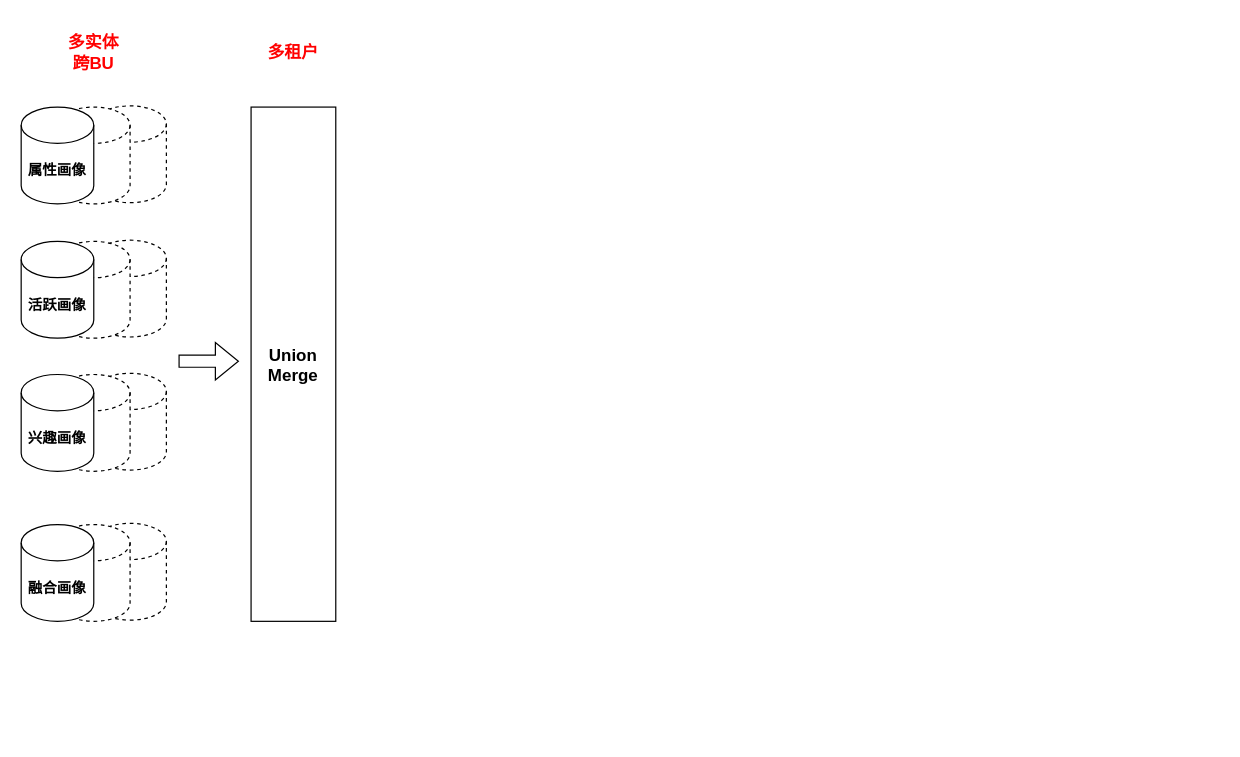
Before: km_tx_3.drawio in learn2Pro/draw_io_save, a draw.io diagram. Source tidied: cells renumbered, new cells numbered last; positions are measured from the earlier drawing's top-left corner, leaving out a move shared by most shapes. Both pictures are drawn from the tidied source at 121%, with x=0, y=0 at pixel (21, 34).
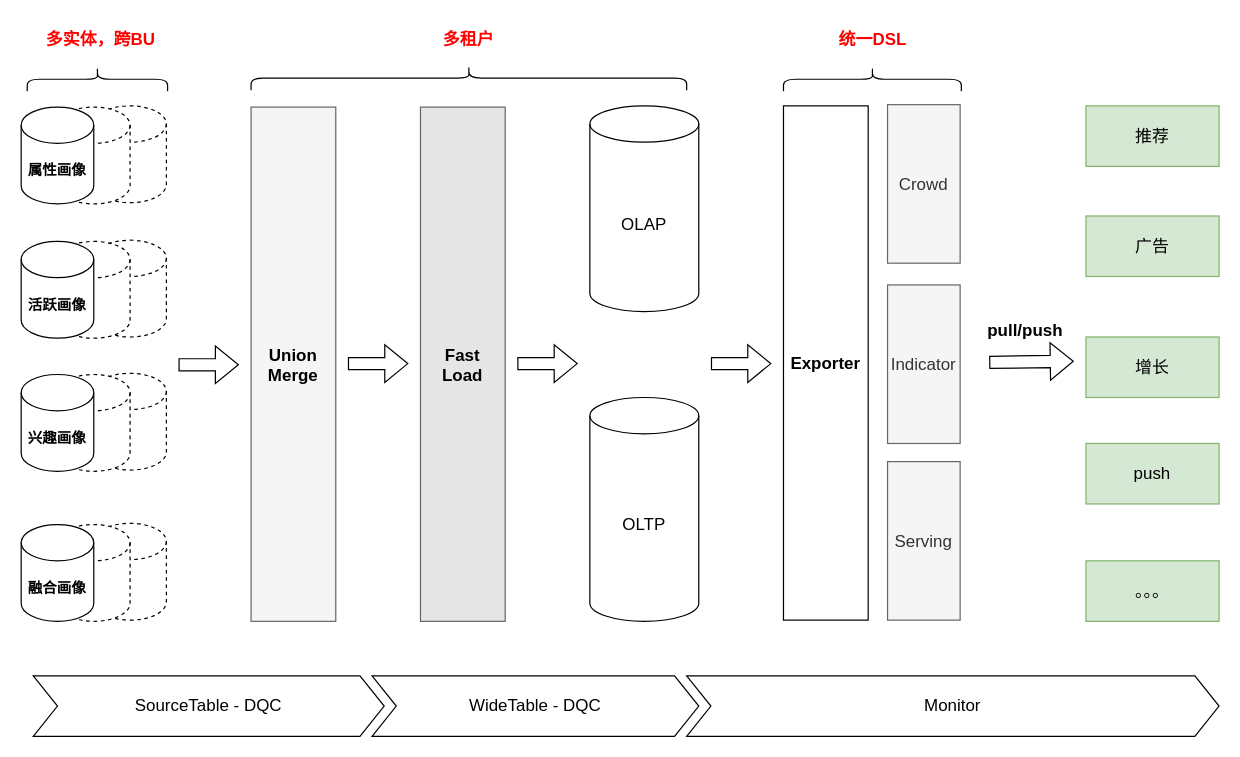
After the change.

Change to the diagram source:
```diff
@@
+    <mxCell id="19" style="shape=flexArrow;endArrow=classic;html=1;rounded=0;fontSize=14;fontColor=#FF0000;" parent="1" edge="1">
+      <mxGeometry relative="1" as="geometry">
+        <mxPoint x="130" y="273" as="sourcePoint" />
+        <mxPoint x="180" y="273" as="targetPoint" />
+      </mxGeometry>
+    </mxCell>
+    <mxCell id="20" value="&lt;b&gt;&lt;font color=&quot;#000000&quot;&gt;Union&lt;br&gt;Merge&lt;/font&gt;&lt;/b&gt;" style="rounded=0;whiteSpace=wrap;html=1;fontSize=14;fontColor=#333333;fillColor=#f5f5f5;strokeColor=#666666;" parent="1" vertex="1">
+      <mxGeometry x="190" y="60" width="70" height="425" as="geometry" />
+    </mxCell>
+    <mxCell id="22" value="SourceTable - DQC" style="shape=step;perimeter=stepPerimeter;whiteSpace=wrap;html=1;fixedSize=1;fontSize=14;fontColor=#000000;" parent="1" vertex="1">
+      <mxGeometry x="10" y="530" width="290" height="50" as="geometry" />
+    </mxCell>
+    <mxCell id="23" value="WideTable - DQC" style="shape=step;perimeter=stepPerimeter;whiteSpace=wrap;html=1;fixedSize=1;fontSize=14;fontColor=#000000;" parent="1" vertex="1">
+      <mxGeometry x="290" y="530" width="270" height="50" as="geometry" />
+    </mxCell>
+    <mxCell id="24" value="&lt;font color=&quot;#000000&quot;&gt;&lt;b&gt;Fast&lt;br&gt;Load&lt;/b&gt;&lt;/font&gt;" style="rounded=0;whiteSpace=wrap;html=1;fontSize=14;fontColor=#333333;fillColor=#E6E6E6;strokeColor=#666666;" parent="1" vertex="1">
+      <mxGeometry x="330" y="60" width="70" height="425" as="geometry" />
+    </mxCell>
+    <mxCell id="25" style="shape=flexArrow;endArrow=classic;html=1;rounded=0;fontSize=14;fontColor=#FF0000;" parent="1" edge="1">
+      <mxGeometry relative="1" as="geometry">
+        <mxPoint x="270" y="272" as="sourcePoint" />
+        <mxPoint x="320" y="272" as="targetPoint" />
+      </mxGeometry>
+    </mxCell>
+    <mxCell id="26" style="group;" parent="1" vertex="1">
+      <mxGeometry y="59" width="120" height="426" as="geometry" />
+    </mxCell>
-    <mxCell id="2" style="group;" parent="1" vertex="1">
-      <mxGeometry y="59" width="120" height="81" as="geometry" />
+    <mxCell id="2" style="group;" parent="26" vertex="1">
+      <mxGeometry width="120" height="81" as="geometry" />
     </mxCell>
@@
-    <mxCell id="6" style="group;" parent="1" vertex="1">
-      <mxGeometry y="170" width="120" height="81" as="geometry" />
+    <mxCell id="6" style="group;" parent="26" vertex="1">
+      <mxGeometry y="111" width="120" height="81" as="geometry" />
     </mxCell>
@@
-    <mxCell id="10" style="group;" parent="1" vertex="1">
-      <mxGeometry y="280" width="120" height="81" as="geometry" />
+    <mxCell id="10" style="group;" parent="26" vertex="1">
+      <mxGeometry y="221" width="120" height="81" as="geometry" />
     </mxCell>
@@
-    <mxCell id="14" style="group;" parent="1" vertex="1">
-      <mxGeometry y="404" width="120" height="81" as="geometry" />
+    <mxCell id="14" style="group;" parent="26" vertex="1">
+      <mxGeometry y="345" width="120" height="81" as="geometry" />
     </mxCell>
@@
+    <mxCell id="27" value="OLAP" style="shape=cylinder3;whiteSpace=wrap;html=1;boundedLbl=1;backgroundOutline=1;size=15;fontSize=14;" parent="1" vertex="1">
+      <mxGeometry x="470" y="59" width="90" height="170" as="geometry" />
+    </mxCell>
+    <mxCell id="28" value="OLTP" style="shape=cylinder3;whiteSpace=wrap;html=1;boundedLbl=1;backgroundOutline=1;size=15;fontSize=14;" parent="1" vertex="1">
+      <mxGeometry x="470" y="300" width="90" height="185" as="geometry" />
+    </mxCell>
+    <mxCell id="29" style="shape=flexArrow;endArrow=classic;html=1;rounded=0;fontSize=14;fontColor=#FF0000;" parent="1" edge="1">
+      <mxGeometry relative="1" as="geometry">
+        <mxPoint x="410" y="272" as="sourcePoint" />
+        <mxPoint x="460" y="272" as="targetPoint" />
+      </mxGeometry>
+    </mxCell>
+    <mxCell id="30" style="shape=flexArrow;endArrow=classic;html=1;rounded=0;fontSize=14;fontColor=#FF0000;" parent="1" edge="1">
+      <mxGeometry relative="1" as="geometry">
+        <mxPoint x="570" y="272" as="sourcePoint" />
+        <mxPoint x="620" y="272" as="targetPoint" />
+      </mxGeometry>
+    </mxCell>
+    <mxCell id="31" value="&lt;font color=&quot;#000000&quot;&gt;&lt;b&gt;Exporter&lt;/b&gt;&lt;/font&gt;" style="rounded=0;whiteSpace=wrap;html=1;fontSize=14;" parent="1" vertex="1">
+      <mxGeometry x="630" y="59" width="70" height="425" as="geometry" />
+    </mxCell>
+    <mxCell id="32" value="Monitor" style="shape=step;perimeter=stepPerimeter;whiteSpace=wrap;html=1;fixedSize=1;fontSize=14;fontColor=#000000;" parent="1" vertex="1">
+      <mxGeometry x="550" y="530" width="440" height="50" as="geometry" />
+    </mxCell>
+    <mxCell id="33" value="Crowd" style="rounded=0;whiteSpace=wrap;html=1;fontSize=14;fillColor=#f5f5f5;fontColor=#333333;strokeColor=#666666;" parent="1" vertex="1">
+      <mxGeometry x="716" y="58" width="60" height="131" as="geometry" />
+    </mxCell>
+    <mxCell id="34" value="Indicator" style="rounded=0;whiteSpace=wrap;html=1;fontSize=14;fillColor=#f5f5f5;fontColor=#333333;strokeColor=#666666;" parent="1" vertex="1">
+      <mxGeometry x="716" y="207" width="60" height="131" as="geometry" />
+    </mxCell>
+    <mxCell id="35" value="Serving" style="rounded=0;whiteSpace=wrap;html=1;fontSize=14;fillColor=#f5f5f5;fontColor=#333333;strokeColor=#666666;" parent="1" vertex="1">
+      <mxGeometry x="716" y="353" width="60" height="131" as="geometry" />
+    </mxCell>
+    <mxCell id="36" style="shape=flexArrow;endArrow=classic;html=1;rounded=0;fontSize=14;fontColor=#FF0000;" parent="1" edge="1">
+      <mxGeometry relative="1" as="geometry">
+        <mxPoint x="800" y="271" as="sourcePoint" />
+        <mxPoint x="870" y="270" as="targetPoint" />
+      </mxGeometry>
+    </mxCell>
+    <mxCell id="37" value="&lt;font&gt;&lt;span style=&quot;font-size: 14px&quot;&gt;&lt;b&gt;pull/push&lt;/b&gt;&lt;/span&gt;&lt;/font&gt;" style="text;html=1;strokeColor=none;fillColor=none;align=center;verticalAlign=middle;whiteSpace=wrap;rounded=0;dashed=1;fontColor=#000000;" parent="1" vertex="1">
+      <mxGeometry x="770" y="230" width="120" height="30" as="geometry" />
+    </mxCell>
+    <mxCell id="38" style="group;" parent="1" vertex="1">
+      <mxGeometry x="5" y="-11" width="121" height="58" as="geometry" />
+    </mxCell>
-    <mxCell id="18" value="&lt;b style=&quot;font-size: 14px&quot;&gt;&lt;font color=&quot;#ff0000&quot;&gt;多实体&lt;br&gt;跨BU&lt;/font&gt;&lt;/b&gt;" style="text;html=1;strokeColor=none;fillColor=none;align=center;verticalAlign=middle;whiteSpace=wrap;rounded=0;dashed=1;" parent="1" vertex="1">
-      <mxGeometry width="120" height="30" as="geometry" />
+    <mxCell id="18" value="&lt;b style=&quot;font-size: 14px&quot;&gt;&lt;font color=&quot;#ff0000&quot;&gt;多实体，跨BU&lt;/font&gt;&lt;/b&gt;" style="text;html=1;strokeColor=none;fillColor=none;align=center;verticalAlign=middle;whiteSpace=wrap;rounded=0;dashed=1;" parent="38" vertex="1">
+      <mxGeometry x="1" width="120" height="30" as="geometry" />
     </mxCell>
-    <mxCell id="19" style="shape=flexArrow;endArrow=classic;html=1;rounded=0;fontSize=14;fontColor=#FF0000;" parent="1" edge="1">
-      <mxGeometry relative="1" as="geometry">
-        <mxPoint x="130" y="270" as="sourcePoint" />
-        <mxPoint x="180" y="270" as="targetPoint" />
-      </mxGeometry>
-    </mxCell>
-    <mxCell id="20" value="&lt;b&gt;&lt;font color=&quot;#000000&quot;&gt;Union&lt;br&gt;Merge&lt;/font&gt;&lt;/b&gt;" style="rounded=0;whiteSpace=wrap;html=1;fontSize=14;fontColor=#FF0000;" parent="1" vertex="1">
-      <mxGeometry x="190" y="60" width="70" height="425" as="geometry" />
-    </mxCell>
+    <mxCell id="39" style="shape=curlyBracket;whiteSpace=wrap;html=1;rounded=1;fontSize=14;fontColor=#000000;fillColor=#E6E6E6;rotation=90;" parent="38" vertex="1">
+      <mxGeometry x="48" y="-10" width="20" height="116" as="geometry" />
+    </mxCell>
+    <mxCell id="40" style="group;" parent="1" vertex="1">
+      <mxGeometry x="190" y="-11" width="360" height="57" as="geometry" />
+    </mxCell>
-    <mxCell id="21" value="&lt;font color=&quot;#ff0000&quot;&gt;&lt;span style=&quot;font-size: 14px&quot;&gt;&lt;b&gt;多租户&lt;/b&gt;&lt;/span&gt;&lt;/font&gt;" style="text;html=1;strokeColor=none;fillColor=none;align=center;verticalAlign=middle;whiteSpace=wrap;rounded=0;dashed=1;" parent="1" vertex="1">
-      <mxGeometry x="165" width="120" height="30" as="geometry" />
+    <mxCell id="21" value="&lt;font color=&quot;#ff0000&quot;&gt;&lt;span style=&quot;font-size: 14px&quot;&gt;&lt;b&gt;多租户&lt;/b&gt;&lt;/span&gt;&lt;/font&gt;" style="text;html=1;strokeColor=none;fillColor=none;align=center;verticalAlign=middle;whiteSpace=wrap;rounded=0;dashed=1;" parent="40" vertex="1">
+      <mxGeometry x="120" width="120" height="30" as="geometry" />
     </mxCell>
+    <mxCell id="41" style="shape=curlyBracket;whiteSpace=wrap;html=1;rounded=1;fontSize=14;fontColor=#000000;fillColor=#E6E6E6;rotation=90;" parent="40" vertex="1">
+      <mxGeometry x="170" y="-133" width="20" height="360" as="geometry" />
+    </mxCell>
+    <mxCell id="42" style="group;" parent="1" vertex="1">
+      <mxGeometry x="630" y="-11" width="147" height="58" as="geometry" />
+    </mxCell>
+    <mxCell id="43" value="&lt;font color=&quot;#ff0000&quot;&gt;&lt;span style=&quot;font-size: 14px&quot;&gt;&lt;b&gt;统一DSL&lt;/b&gt;&lt;/span&gt;&lt;/font&gt;" style="text;html=1;strokeColor=none;fillColor=none;align=center;verticalAlign=middle;whiteSpace=wrap;rounded=0;dashed=1;" parent="42" vertex="1">
+      <mxGeometry x="13.5" width="120" height="30" as="geometry" />
+    </mxCell>
+    <mxCell id="44" style="shape=curlyBracket;whiteSpace=wrap;html=1;rounded=1;fontSize=14;fontColor=#000000;fillColor=#E6E6E6;rotation=90;" parent="42" vertex="1">
+      <mxGeometry x="63.5" y="-25.5" width="20" height="147" as="geometry" />
+    </mxCell>
+    <mxCell id="45" value="推荐" style="rounded=0;whiteSpace=wrap;html=1;fontSize=14;fillColor=#d5e8d4;strokeColor=#82b366;" parent="1" vertex="1">
+      <mxGeometry x="880" y="59" width="110" height="50" as="geometry" />
+    </mxCell>
+    <mxCell id="46" value="广告" style="rounded=0;whiteSpace=wrap;html=1;fontSize=14;fillColor=#d5e8d4;strokeColor=#82b366;" parent="1" vertex="1">
+      <mxGeometry x="880" y="150" width="110" height="50" as="geometry" />
+    </mxCell>
+    <mxCell id="47" value="增长" style="rounded=0;whiteSpace=wrap;html=1;fontSize=14;fillColor=#d5e8d4;strokeColor=#82b366;" parent="1" vertex="1">
+      <mxGeometry x="880" y="250" width="110" height="50" as="geometry" />
+    </mxCell>
+    <mxCell id="48" value="push" style="rounded=0;whiteSpace=wrap;html=1;fontSize=14;fillColor=#d5e8d4;strokeColor=#82b366;" parent="1" vertex="1">
+      <mxGeometry x="880" y="338" width="110" height="50" as="geometry" />
+    </mxCell>
+    <mxCell id="49" value="。。。" style="rounded=0;whiteSpace=wrap;html=1;fontSize=14;fillColor=#d5e8d4;strokeColor=#82b366;" parent="1" vertex="1">
+      <mxGeometry x="880" y="435" width="110" height="50" as="geometry" />
+    </mxCell>
```
